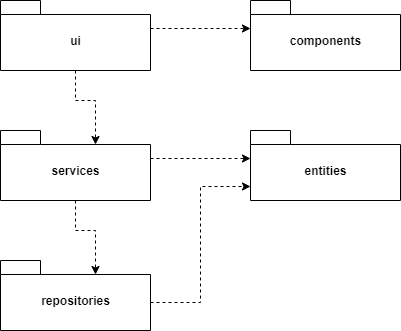
The draw.io diagram dokumentaatio/kuvat/pakkausrakenne.png in k0psutin/ohte-2020, before a commit. Source tidied: cells renumbered, new cells last; positions are measured from the earlier drawing's top-left corner, leaving out a move shared by most shapes.
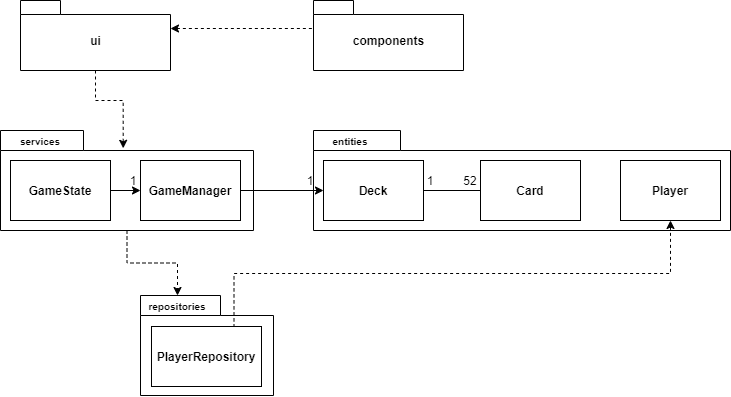
After the change.

What changed in the source:
```diff
@@ -2,35 +2,80 @@
   <root>
     <mxCell id="0" />
     <mxCell id="1" parent="0" />
+    <mxCell id="3" style="edgeStyle=orthogonalEdgeStyle;rounded=0;jettySize=auto;html=1;exitX=0;exitY=0;exitDx=150;exitDy=28;exitPerimeter=0;entryX=0;entryY=0;entryDx=0;entryDy=28;entryPerimeter=0;dashed=1;startArrow=classic;startFill=1;endArrow=none;endFill=0;" parent="1" edge="1" source="4" target="5">
+      <mxGeometry relative="1" as="geometry" />
+    </mxCell>
-    <mxCell id="2" style="edgeStyle=orthogonalEdgeStyle;rounded=0;jettySize=auto;html=1;exitX=0.5;exitY=1;exitDx=0;exitDy=0;exitPerimeter=0;entryX=0;entryY=0;entryDx=95;entryDy=14;entryPerimeter=0;dashed=1;" parent="1" edge="1" source="4" target="8">
+    <mxCell id="2" style="edgeStyle=orthogonalEdgeStyle;rounded=0;jettySize=auto;html=1;exitX=0.5;exitY=1;exitDx=0;exitDy=0;exitPerimeter=0;entryX=0.485;entryY=0.178;entryDx=0;entryDy=0;dashed=1;endArrow=classic;endFill=1;entryPerimeter=0;" parent="1" edge="1" source="4" target="8">
       <mxGeometry relative="1" as="geometry" />
     </mxCell>
-    <mxCell id="3" style="edgeStyle=orthogonalEdgeStyle;rounded=0;jettySize=auto;html=1;exitX=0;exitY=0;exitDx=150;exitDy=28;exitPerimeter=0;entryX=0;entryY=0;entryDx=0;entryDy=28;entryPerimeter=0;dashed=1;" parent="1" edge="1" source="4" target="5">
-      <mxGeometry relative="1" as="geometry" />
-    </mxCell>
     <mxCell id="4" value="ui" style="shape=folder;fontStyle=1;spacingTop=10;tabWidth=40;tabHeight=14;tabPosition=left;html=1;" parent="1" vertex="1">
-      <mxGeometry width="150" height="70" as="geometry" />
+      <mxGeometry x="-220" width="150" height="70" as="geometry" />
     </mxCell>
     <mxCell id="5" value="components" style="shape=folder;fontStyle=1;spacingTop=10;tabWidth=40;tabHeight=14;tabPosition=left;html=1;" parent="1" vertex="1">
-      <mxGeometry x="250" width="150" height="70" as="geometry" />
+      <mxGeometry x="73" width="150" height="70" as="geometry" />
     </mxCell>
-    <mxCell id="6" style="edgeStyle=orthogonalEdgeStyle;rounded=0;jettySize=auto;html=1;exitX=0.5;exitY=1;exitDx=0;exitDy=0;exitPerimeter=0;entryX=0;entryY=0;entryDx=95;entryDy=14;entryPerimeter=0;dashed=1;" parent="1" edge="1" source="8" target="10">
-      <mxGeometry relative="1" as="geometry" />
-    </mxCell>
-    <mxCell id="7" style="edgeStyle=orthogonalEdgeStyle;rounded=0;jettySize=auto;html=1;exitX=0;exitY=0;exitDx=150;exitDy=28;exitPerimeter=0;entryX=0;entryY=0;entryDx=0;entryDy=28;entryPerimeter=0;dashed=1;" parent="1" edge="1" source="8" target="11">
-      <mxGeometry relative="1" as="geometry" />
-    </mxCell>
+    <mxCell id="12" style="edgeStyle=orthogonalEdgeStyle;rounded=0;jettySize=auto;html=1;exitX=0.5;exitY=1;exitDx=0;exitDy=0;exitPerimeter=0;endArrow=classic;endFill=1;dashed=1;" parent="1" edge="1" source="8" target="26">
+      <mxGeometry relative="1" as="geometry" />
+    </mxCell>
-    <mxCell id="8" value="services" style="shape=folder;fontStyle=1;spacingTop=10;tabWidth=40;tabHeight=14;tabPosition=left;html=1;" parent="1" vertex="1">
-      <mxGeometry y="130" width="150" height="70" as="geometry" />
+    <mxCell id="8" style="shape=folder;fontStyle=1;spacingTop=10;tabWidth=83;tabHeight=20;tabPosition=left;html=1;" parent="1" vertex="1">
+      <mxGeometry x="-240" y="130" width="253" height="100" as="geometry" />
     </mxCell>
-    <mxCell id="9" style="edgeStyle=orthogonalEdgeStyle;rounded=0;jettySize=auto;html=1;exitX=0;exitY=0;exitDx=150;exitDy=42;exitPerimeter=0;entryX=0;entryY=0;entryDx=0;entryDy=56;entryPerimeter=0;dashed=1;" parent="1" edge="1" source="10" target="11">
-      <mxGeometry relative="1" as="geometry" />
-    </mxCell>
-    <mxCell id="10" value="repositories" style="shape=folder;fontStyle=1;spacingTop=10;tabWidth=40;tabHeight=14;tabPosition=left;html=1;" parent="1" vertex="1">
-      <mxGeometry y="260" width="150" height="70" as="geometry" />
+    <mxCell id="10" style="shape=folder;fontStyle=1;spacingTop=10;tabWidth=80;tabHeight=20;tabPosition=left;html=1;" parent="1" vertex="1">
+      <mxGeometry x="-100" y="295" width="133" height="100" as="geometry" />
     </mxCell>
-    <mxCell id="11" value="entities" style="shape=folder;fontStyle=1;spacingTop=10;tabWidth=40;tabHeight=14;tabPosition=left;html=1;" parent="1" vertex="1">
-      <mxGeometry x="250" y="130" width="150" height="70" as="geometry" />
+    <mxCell id="11" style="shape=folder;fontStyle=1;spacingTop=10;tabWidth=87;tabHeight=20;tabPosition=left;html=1;" parent="1" vertex="1">
+      <mxGeometry x="73" y="130" width="417" height="100" as="geometry" />
     </mxCell>
+    <mxCell id="13" value="&lt;b&gt;PlayerRepository&lt;/b&gt;" style="rounded=0;whiteSpace=wrap;html=1;" parent="1" vertex="1">
+      <mxGeometry x="-89" y="326" width="110" height="60" as="geometry" />
+    </mxCell>
+    <mxCell id="14" value="&lt;b&gt;&lt;font style=&quot;font-size: 10px&quot;&gt;services&lt;/font&gt;&lt;/b&gt;" style="text;html=1;strokeColor=none;fillColor=none;align=center;verticalAlign=middle;whiteSpace=wrap;rounded=0;" parent="1" vertex="1">
+      <mxGeometry x="-220" y="130" width="40" height="20" as="geometry" />
+    </mxCell>
+    <mxCell id="15" style="edgeStyle=orthogonalEdgeStyle;rounded=0;jettySize=auto;html=1;exitX=1;exitY=0.5;exitDx=0;exitDy=0;entryX=0;entryY=0.5;entryDx=0;entryDy=0;endArrow=classic;endFill=1;" parent="1" edge="1" source="16" target="20">
+      <mxGeometry relative="1" as="geometry" />
+    </mxCell>
+    <mxCell id="16" value="&lt;b&gt;GameManager&lt;/b&gt;" style="rounded=0;whiteSpace=wrap;html=1;" parent="1" vertex="1">
+      <mxGeometry x="-100" y="160" width="100" height="60" as="geometry" />
+    </mxCell>
+    <mxCell id="17" style="edgeStyle=orthogonalEdgeStyle;rounded=0;jettySize=auto;html=1;exitX=1;exitY=0.5;exitDx=0;exitDy=0;entryX=0;entryY=0.5;entryDx=0;entryDy=0;endArrow=classic;endFill=1;" parent="1" edge="1" source="18" target="16">
+      <mxGeometry relative="1" as="geometry" />
+    </mxCell>
+    <mxCell id="18" value="&lt;b&gt;GameState&lt;/b&gt;" style="rounded=0;whiteSpace=wrap;html=1;" parent="1" vertex="1">
+      <mxGeometry x="-230" y="160" width="100" height="60" as="geometry" />
+    </mxCell>
+    <mxCell id="19" style="edgeStyle=orthogonalEdgeStyle;rounded=0;jettySize=auto;html=1;exitX=1;exitY=0.5;exitDx=0;exitDy=0;entryX=0;entryY=0.5;entryDx=0;entryDy=0;endArrow=none;endFill=0;" parent="1" edge="1" source="20" target="21">
+      <mxGeometry relative="1" as="geometry" />
+    </mxCell>
+    <mxCell id="20" value="&lt;b&gt;Deck&lt;/b&gt;" style="rounded=0;whiteSpace=wrap;html=1;" parent="1" vertex="1">
+      <mxGeometry x="83" y="160" width="100" height="60" as="geometry" />
+    </mxCell>
+    <mxCell id="21" value="&lt;b&gt;Card&lt;/b&gt;" style="rounded=0;whiteSpace=wrap;html=1;" parent="1" vertex="1">
+      <mxGeometry x="240" y="160" width="100" height="60" as="geometry" />
+    </mxCell>
+    <mxCell id="22" style="edgeStyle=orthogonalEdgeStyle;rounded=0;jettySize=auto;html=1;exitX=0.5;exitY=1;exitDx=0;exitDy=0;entryX=0.75;entryY=0;entryDx=0;entryDy=0;dashed=1;endArrow=none;endFill=0;startArrow=classic;startFill=1;" parent="1" edge="1" source="23" target="13">
+      <mxGeometry relative="1" as="geometry" />
+    </mxCell>
+    <mxCell id="23" value="&lt;b&gt;Player&lt;/b&gt;" style="rounded=0;whiteSpace=wrap;html=1;" parent="1" vertex="1">
+      <mxGeometry x="380" y="160" width="100" height="60" as="geometry" />
+    </mxCell>
+    <mxCell id="24" value="1" style="text;html=1;strokeColor=none;fillColor=none;align=center;verticalAlign=middle;whiteSpace=wrap;rounded=0;" parent="1" vertex="1">
+      <mxGeometry x="170" y="170" width="40" height="20" as="geometry" />
+    </mxCell>
+    <mxCell id="25" value="52" style="text;html=1;strokeColor=none;fillColor=none;align=center;verticalAlign=middle;whiteSpace=wrap;rounded=0;" parent="1" vertex="1">
+      <mxGeometry x="210" y="170" width="40" height="20" as="geometry" />
+    </mxCell>
+    <mxCell id="26" value="&lt;b&gt;&lt;font style=&quot;font-size: 10px&quot;&gt;repositories&lt;/font&gt;&lt;/b&gt;" style="text;html=1;strokeColor=none;fillColor=none;align=center;verticalAlign=middle;whiteSpace=wrap;rounded=0;" parent="1" vertex="1">
+      <mxGeometry x="-83" y="295" width="40" height="20" as="geometry" />
+    </mxCell>
+    <mxCell id="27" value="&lt;b&gt;&lt;font style=&quot;font-size: 10px&quot;&gt;entities&lt;/font&gt;&lt;/b&gt;" style="text;html=1;strokeColor=none;fillColor=none;align=center;verticalAlign=middle;whiteSpace=wrap;rounded=0;" parent="1" vertex="1">
+      <mxGeometry x="90" y="130" width="40" height="20" as="geometry" />
+    </mxCell>
+    <mxCell id="28" value="1" style="text;html=1;strokeColor=none;fillColor=none;align=center;verticalAlign=middle;whiteSpace=wrap;rounded=0;" parent="1" vertex="1">
+      <mxGeometry x="-114" y="175" width="14" height="10" as="geometry" />
+    </mxCell>
+    <mxCell id="29" value="1" style="text;html=1;strokeColor=none;fillColor=none;align=center;verticalAlign=middle;whiteSpace=wrap;rounded=0;" parent="1" vertex="1">
+      <mxGeometry x="50" y="170" width="40" height="20" as="geometry" />
+    </mxCell>
   </root>
 </mxGraphModel>
```
